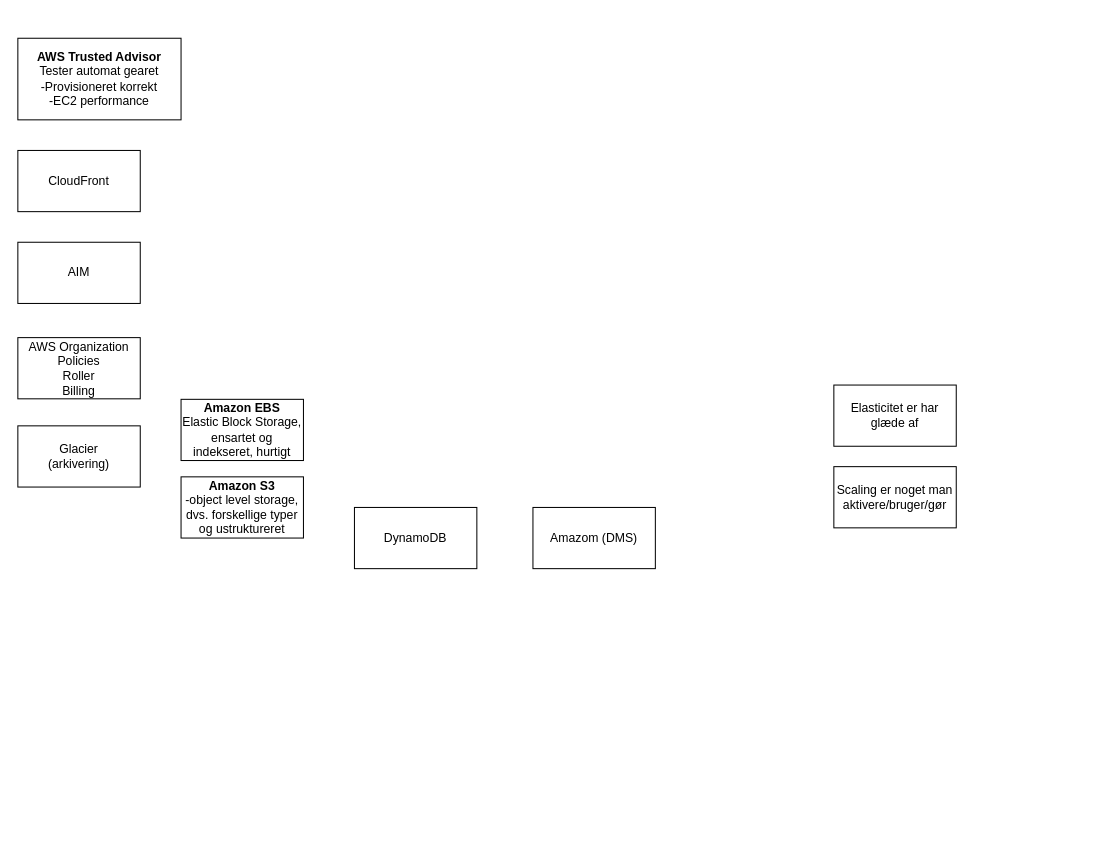
This is Terms.drawio from Zaladk/drawio, a draw.io file, before an edit. Source tidied: cells renumbered, new cells numbered last; positions are measured from the earlier drawing's top-left corner, leaving out a move shared by most shapes. Both pictures are drawn from the tidied source at 102%, with x=0, y=0 at pixel (17, 38).
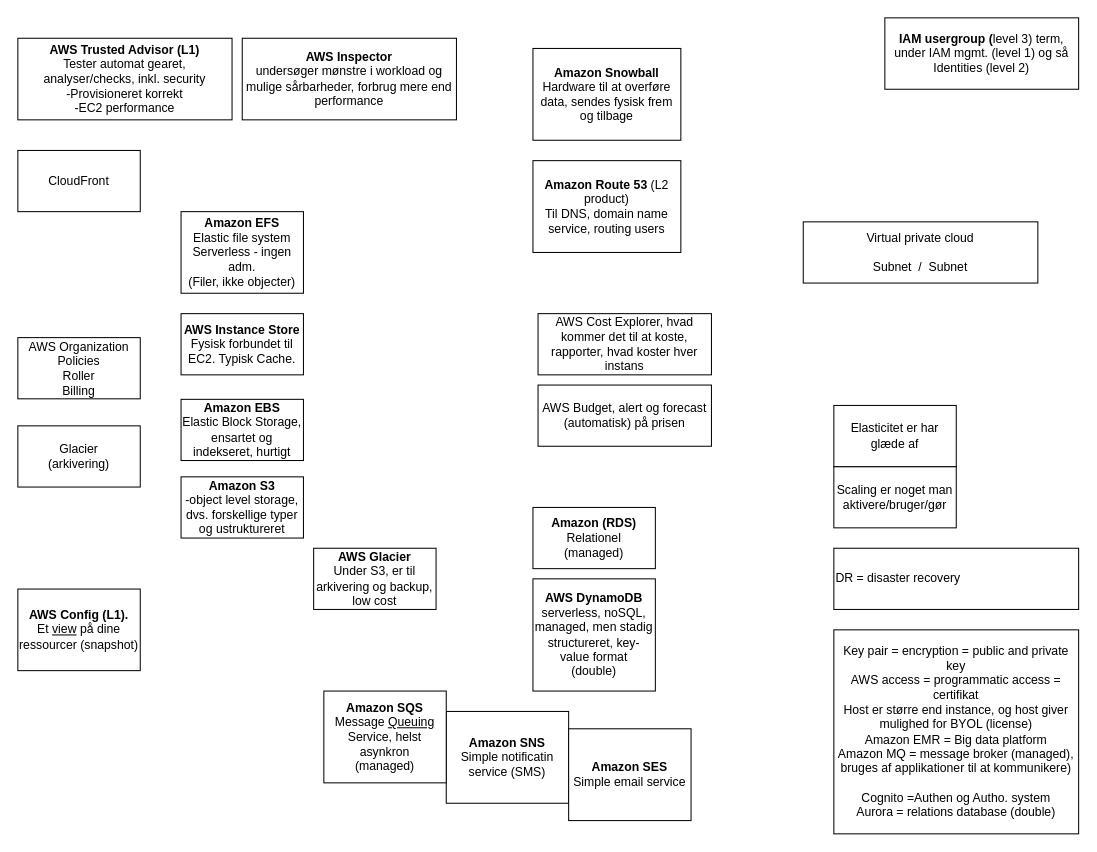
Above is the later version.

Diff of the diagram source:
```diff
@@
-    <mxCell id="2" value="AIM" style="rounded=0;whiteSpace=wrap;html=1;" parent="1" vertex="1">
-      <mxGeometry y="200" width="120" height="60" as="geometry" />
+    <mxCell id="2" value="&lt;b&gt;IAM usergroup (&lt;/b&gt;level 3) term, under IAM mgmt. (level 1) og så Identities (level 2)" style="rounded=0;whiteSpace=wrap;html=1;" parent="1" vertex="1">
+      <mxGeometry x="850" y="-20" width="190" height="70" as="geometry" />
     </mxCell>
-    <mxCell id="3" value="&lt;b&gt;AWS Trusted Advisor&lt;/b&gt;&lt;div&gt;Tester automat gearet&lt;/div&gt;&lt;div&gt;-Provisioneret korrekt&lt;/div&gt;&lt;div&gt;-EC2 performance&lt;/div&gt;" style="rounded=0;whiteSpace=wrap;html=1;" parent="1" vertex="1">
-      <mxGeometry width="160" height="80" as="geometry" />
+    <mxCell id="3" value="&lt;b&gt;AWS Trusted Advisor (L1)&lt;/b&gt;&lt;div&gt;Tester automat gearet, analyser/checks, inkl. security&lt;/div&gt;&lt;div&gt;-Provisioneret korrekt&lt;/div&gt;&lt;div&gt;-EC2 performance&lt;/div&gt;" style="rounded=0;whiteSpace=wrap;html=1;" parent="1" vertex="1">
+      <mxGeometry width="210" height="80" as="geometry" />
     </mxCell>
@@
-    <mxCell id="8" value="DynamoDB" style="rounded=0;whiteSpace=wrap;html=1;" parent="1" vertex="1">
-      <mxGeometry x="330" y="460" width="120" height="60" as="geometry" />
+    <mxCell id="8" value="&lt;b&gt;AWS DynamoDB&lt;/b&gt;&lt;div&gt;serverless, noSQL, managed, men stadig structureret, key-value format&lt;/div&gt;&lt;div&gt;(double)&lt;/div&gt;" style="rounded=0;whiteSpace=wrap;html=1;" parent="1" vertex="1">
+      <mxGeometry x="505" y="530" width="120" height="110" as="geometry" />
     </mxCell>
-    <mxCell id="9" value="Amazom (DMS)" style="rounded=0;whiteSpace=wrap;html=1;" parent="1" vertex="1">
+    <mxCell id="9" value="&lt;b&gt;Amazon (RDS)&lt;/b&gt;&lt;div&gt;Relationel&lt;/div&gt;&lt;div&gt;(managed)&lt;/div&gt;" style="rounded=0;whiteSpace=wrap;html=1;" parent="1" vertex="1">
       <mxGeometry x="505" y="460" width="120" height="60" as="geometry" />
     </mxCell>
-    <mxCell id="10" value="Elasticitet er har glæde af" style="rounded=0;whiteSpace=wrap;html=1;" parent="1" vertex="1">
-      <mxGeometry x="800" y="340" width="120" height="60" as="geometry" />
+    <mxCell id="10" value="&lt;div&gt;&lt;br&gt;&lt;/div&gt;Virtual private cloud&lt;div&gt;&lt;br&gt;&lt;div&gt;Subnet&amp;nbsp; /&amp;nbsp; Subnet&lt;/div&gt;&lt;div&gt;&lt;br&gt;&lt;/div&gt;&lt;/div&gt;" style="rounded=0;whiteSpace=wrap;html=1;" parent="1" vertex="1">
+      <mxGeometry x="770" y="180" width="230" height="60" as="geometry" />
     </mxCell>
@@
+    <mxCell id="13" value="&lt;b&gt;AWS Instance Store&lt;br&gt;&lt;/b&gt;&lt;div&gt;Fysisk forbundet til EC2. Typisk Cache.&lt;/div&gt;" style="rounded=0;whiteSpace=wrap;html=1;" parent="1" vertex="1">
+      <mxGeometry x="160" y="270" width="120" height="60" as="geometry" />
+    </mxCell>
+    <mxCell id="14" value="&lt;b&gt;Amazon EFS&lt;/b&gt;&lt;div&gt;Elastic file system&lt;/div&gt;&lt;div&gt;Serverless - ingen adm.&lt;/div&gt;&lt;div&gt;(Filer, ikke objecter)&lt;/div&gt;" style="rounded=0;whiteSpace=wrap;html=1;" parent="1" vertex="1">
+      <mxGeometry x="160" y="170" width="120" height="80" as="geometry" />
+    </mxCell>
+    <mxCell id="15" value="&lt;b&gt;AWS Config (L1).&lt;/b&gt;&lt;div&gt;Et &lt;u&gt;view&lt;/u&gt; på dine ressourcer (snapshot)&lt;/div&gt;" style="rounded=0;whiteSpace=wrap;html=1;" parent="1" vertex="1">
+      <mxGeometry y="540" width="120" height="80" as="geometry" />
+    </mxCell>
+    <mxCell id="16" value="Elasticitet er har glæde af" style="rounded=0;whiteSpace=wrap;html=1;" parent="1" vertex="1">
+      <mxGeometry x="800" y="360" width="120" height="60" as="geometry" />
+    </mxCell>
+    <mxCell id="17" value="AWS Cost Explorer, hvad kommer det til at koste, rapporter, hvad koster hver instans" style="rounded=0;whiteSpace=wrap;html=1;" parent="1" vertex="1">
+      <mxGeometry x="510" y="270" width="170" height="60" as="geometry" />
+    </mxCell>
+    <mxCell id="18" value="AWS Budget, alert og forecast (automatisk) på prisen" style="rounded=0;whiteSpace=wrap;html=1;" parent="1" vertex="1">
+      <mxGeometry x="510" y="340" width="170" height="60" as="geometry" />
+    </mxCell>
+    <mxCell id="19" value="&lt;b&gt;Amazon SNS&lt;/b&gt;&lt;div&gt;Simple notificatin service (SMS)&lt;/div&gt;" style="rounded=0;whiteSpace=wrap;html=1;" parent="1" vertex="1">
+      <mxGeometry x="420" y="660" width="120" height="90" as="geometry" />
+    </mxCell>
+    <mxCell id="20" value="&lt;b&gt;AWS Inspector&lt;/b&gt;&lt;div&gt;undersøger mønstre i workload og mulige sårbarheder, forbrug mere end performance&lt;/div&gt;" style="rounded=0;whiteSpace=wrap;html=1;" parent="1" vertex="1">
+      <mxGeometry x="220" width="210" height="80" as="geometry" />
+    </mxCell>
+    <mxCell id="21" value="DR = disaster recovery" style="rounded=0;whiteSpace=wrap;html=1;align=left;" parent="1" vertex="1">
+      <mxGeometry x="800" y="500" width="240" height="60" as="geometry" />
+    </mxCell>
+    <mxCell id="22" value="&lt;b&gt;AWS Glacier&lt;/b&gt;&lt;div&gt;Under S3, er til arkivering og backup, low cost&lt;/div&gt;" style="rounded=0;whiteSpace=wrap;html=1;" parent="1" vertex="1">
+      <mxGeometry x="290" y="500" width="120" height="60" as="geometry" />
+    </mxCell>
+    <mxCell id="23" value="&lt;b&gt;Amazon SQS&lt;/b&gt;&lt;div&gt;Message &lt;u&gt;Queuing &lt;/u&gt;Service, helst asynkron&lt;/div&gt;&lt;div&gt;(managed)&lt;/div&gt;" style="rounded=0;whiteSpace=wrap;html=1;" parent="1" vertex="1">
+      <mxGeometry x="300" y="640" width="120" height="90" as="geometry" />
+    </mxCell>
+    <mxCell id="24" value="&lt;b&gt;Amazon SES&lt;/b&gt;&lt;div&gt;Simple email service&lt;/div&gt;" style="rounded=0;whiteSpace=wrap;html=1;" parent="1" vertex="1">
+      <mxGeometry x="540" y="677" width="120" height="90" as="geometry" />
+    </mxCell>
+    <mxCell id="25" value="Key pair = encryption = public and private key&lt;div&gt;AWS access = programmatic access = certifikat&lt;/div&gt;&lt;div&gt;Host er større end instance, og host giver mulighed for BYOL (license)&lt;/div&gt;&lt;div&gt;Amazon EMR = Big data platform&lt;/div&gt;&lt;div&gt;Amazon MQ = message broker (managed), bruges af applikationer til at kommunikere)&lt;/div&gt;&lt;div&gt;&lt;br&gt;&lt;/div&gt;&lt;div&gt;Cognito =Authen og Autho. system&lt;/div&gt;&lt;div&gt;Aurora = relations database (double)&lt;/div&gt;" style="rounded=0;whiteSpace=wrap;html=1;" parent="1" vertex="1">
+      <mxGeometry x="800" y="580" width="240" height="200" as="geometry" />
+    </mxCell>
+    <mxCell id="26" value="&lt;b&gt;Amazon Route 53 &lt;/b&gt;(L2 product)&lt;div&gt;Til DNS, domain name service, routing users&lt;/div&gt;" style="rounded=0;whiteSpace=wrap;html=1;" parent="1" vertex="1">
+      <mxGeometry x="505" y="120" width="145" height="90" as="geometry" />
+    </mxCell>
+    <mxCell id="27" value="&lt;b&gt;Amazon Snowball&lt;/b&gt;&lt;div&gt;Hardware til at overføre data, sendes fysisk frem og tilbage&lt;/div&gt;" style="rounded=0;whiteSpace=wrap;html=1;" parent="1" vertex="1">
+      <mxGeometry x="505" y="10" width="145" height="90" as="geometry" />
+    </mxCell>
```
